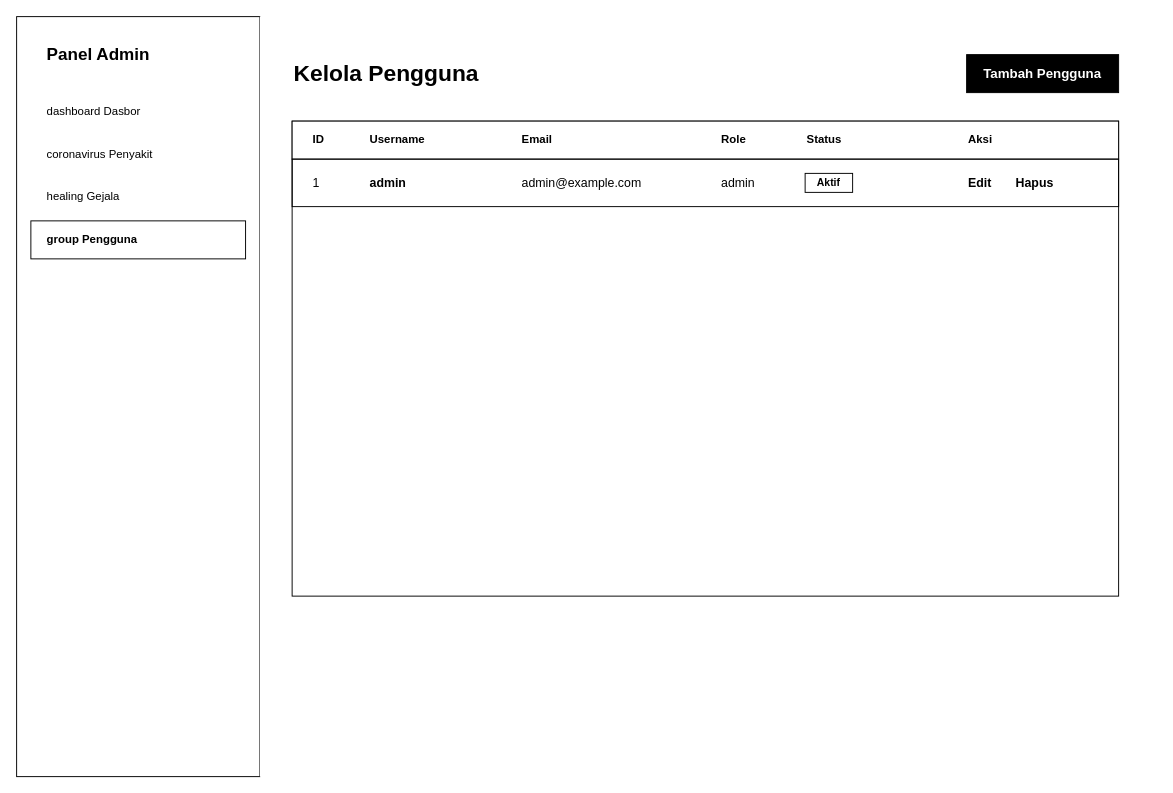
Above: diagram/desain/admin-lihat-user.drawio in RajaSunrise/kangkungku (draw.io), before the change. Source tidied: cells renumbered, new cells numbered last; positions are measured from the earlier drawing's top-left corner, leaving out a move shared by most shapes. Both pictures are drawn from the tidied source at 95%, with x=0, y=0 at pixel (16, 16).
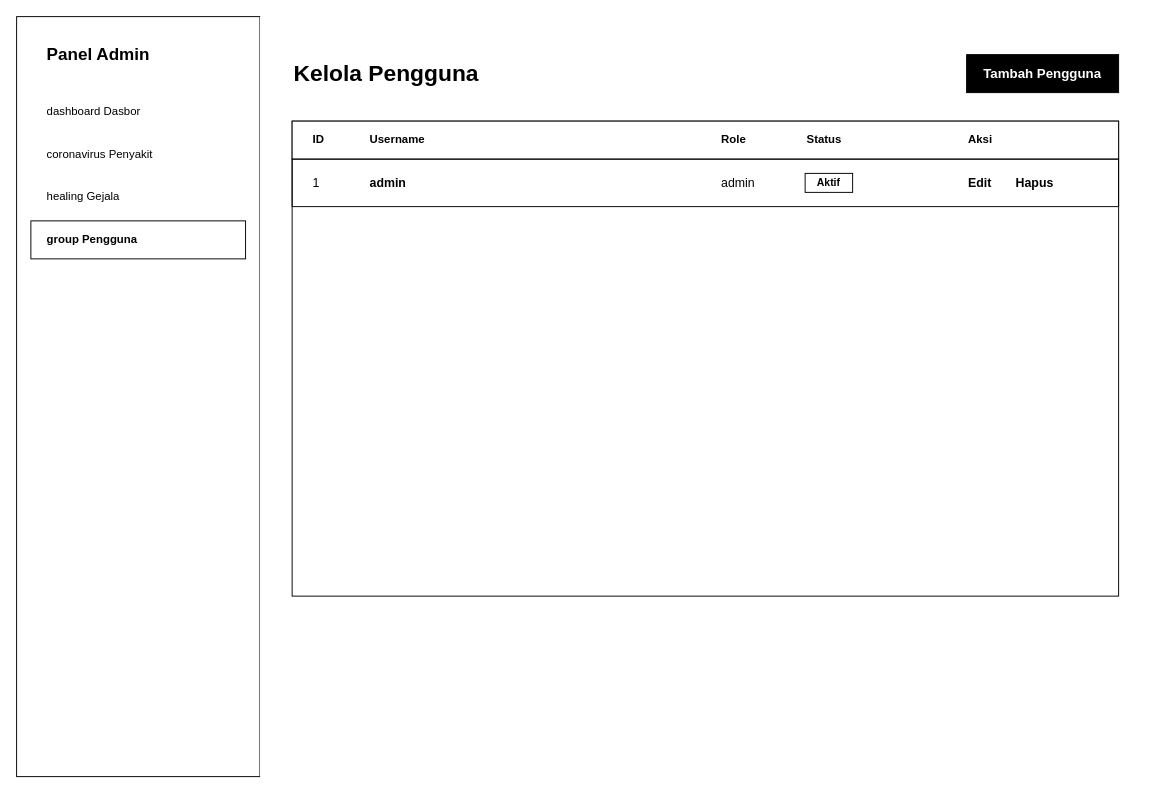
The same page after the edit.

Change to the diagram source:
```diff
@@
     <mxCell id="14" value="Username" style="text;html=1;strokeColor=none;fillColor=none;align=left;verticalAlign=middle;whiteSpace=wrap;rounded=0;fontColor=#000000;fontSize=12;fontStyle=1;" parent="1" vertex="1">
-      <mxGeometry x="370" y="115" width="150" height="30" as="geometry" />
+      <mxGeometry x="370" y="115" width="350" height="30" as="geometry" />
     </mxCell>
-    <mxCell id="15" value="Email" style="text;html=1;strokeColor=none;fillColor=none;align=left;verticalAlign=middle;whiteSpace=wrap;rounded=0;fontColor=#000000;fontSize=12;fontStyle=1;" parent="1" vertex="1">
-      <mxGeometry x="530" y="115" width="200" height="30" as="geometry" />
-    </mxCell>
@@
     <mxCell id="21" value="admin" style="text;html=1;strokeColor=none;fillColor=none;align=left;verticalAlign=middle;whiteSpace=wrap;rounded=0;fontColor=#000000;fontSize=13;fontStyle=1;" parent="1" vertex="1">
-      <mxGeometry x="370" y="160" width="150" height="30" as="geometry" />
+      <mxGeometry x="370" y="160" width="350" height="30" as="geometry" />
     </mxCell>
-    <mxCell id="22" value="admin@example.com" style="text;html=1;strokeColor=none;fillColor=none;align=left;verticalAlign=middle;whiteSpace=wrap;rounded=0;fontColor=#000000;fontSize=13;" parent="1" vertex="1">
-      <mxGeometry x="530" y="160" width="200" height="30" as="geometry" />
-    </mxCell>
```
